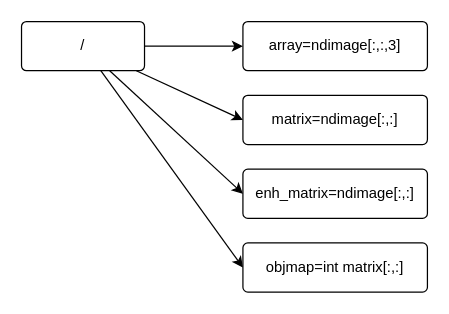
Above: page "I/O .npz" (3 of 7) of docs/diagrams/Phenotypic-Diagrams.drawio in exfab/PhenoTypic (draw.io), before the change. Source tidied: cells renumbered, new cells numbered last; positions are measured from the earlier drawing's top-left corner, leaving out a move shared by most shapes. Both pictures are drawn from the tidied source at 123%, with x=0, y=0 at pixel (21, 21).
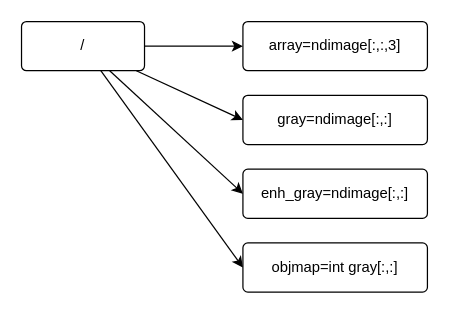
After the change.

What changed in the source:
```diff
@@
 <mxGraphModel>
   <root>
     <mxCell id="0" />
     <mxCell id="1" parent="0" />
     <mxCell id="2" style="edgeStyle=orthogonalEdgeStyle;rounded=0;jettySize=auto;html=1;" parent="1" edge="1" source="6" target="7">
       <mxGeometry relative="1" as="geometry" />
     </mxCell>
     <mxCell id="3" style="rounded=0;jettySize=auto;html=1;entryX=0;entryY=0.5;entryDx=0;entryDy=0;" parent="1" edge="1" source="6" target="8">
       <mxGeometry relative="1" as="geometry" />
     </mxCell>
     <mxCell id="4" style="rounded=0;jettySize=auto;html=1;entryX=0;entryY=0.5;entryDx=0;entryDy=0;" parent="1" edge="1" source="6" target="9">
       <mxGeometry relative="1" as="geometry" />
     </mxCell>
     <mxCell id="5" style="rounded=0;jettySize=auto;html=1;entryX=0;entryY=0.5;entryDx=0;entryDy=0;" parent="1" edge="1" source="6" target="10">
       <mxGeometry relative="1" as="geometry" />
     </mxCell>
     <mxCell id="6" value="/" style="rounded=1;arcSize=10;whiteSpace=wrap;html=1;align=center;" parent="1" vertex="1">
       <mxGeometry width="100" height="40" as="geometry" />
     </mxCell>
     <mxCell id="7" value="array=ndimage[:,:,3]" style="rounded=1;arcSize=10;whiteSpace=wrap;html=1;align=center;" parent="1" vertex="1">
       <mxGeometry x="180" width="150" height="40" as="geometry" />
     </mxCell>
-    <mxCell id="8" value="matrix=ndimage[:,:]" style="rounded=1;arcSize=10;whiteSpace=wrap;html=1;align=center;" parent="1" vertex="1">
+    <mxCell id="8" value="gray=ndimage[:,:]" style="rounded=1;arcSize=10;whiteSpace=wrap;html=1;align=center;" parent="1" vertex="1">
       <mxGeometry x="180" y="60" width="150" height="40" as="geometry" />
     </mxCell>
-    <mxCell id="9" value="enh_matrix=ndimage[:,:]" style="rounded=1;arcSize=10;whiteSpace=wrap;html=1;align=center;" parent="1" vertex="1">
+    <mxCell id="9" value="enh_gray=ndimage[:,:]" style="rounded=1;arcSize=10;whiteSpace=wrap;html=1;align=center;" parent="1" vertex="1">
       <mxGeometry x="180" y="120" width="150" height="40" as="geometry" />
     </mxCell>
-    <mxCell id="10" value="objmap=int matrix[:,:]" style="rounded=1;arcSize=10;whiteSpace=wrap;html=1;align=center;" parent="1" vertex="1">
+    <mxCell id="10" value="objmap=int gray[:,:]" style="rounded=1;arcSize=10;whiteSpace=wrap;html=1;align=center;" parent="1" vertex="1">
       <mxGeometry x="180" y="180" width="150" height="40" as="geometry" />
     </mxCell>
   </root>
 </mxGraphModel>
```
